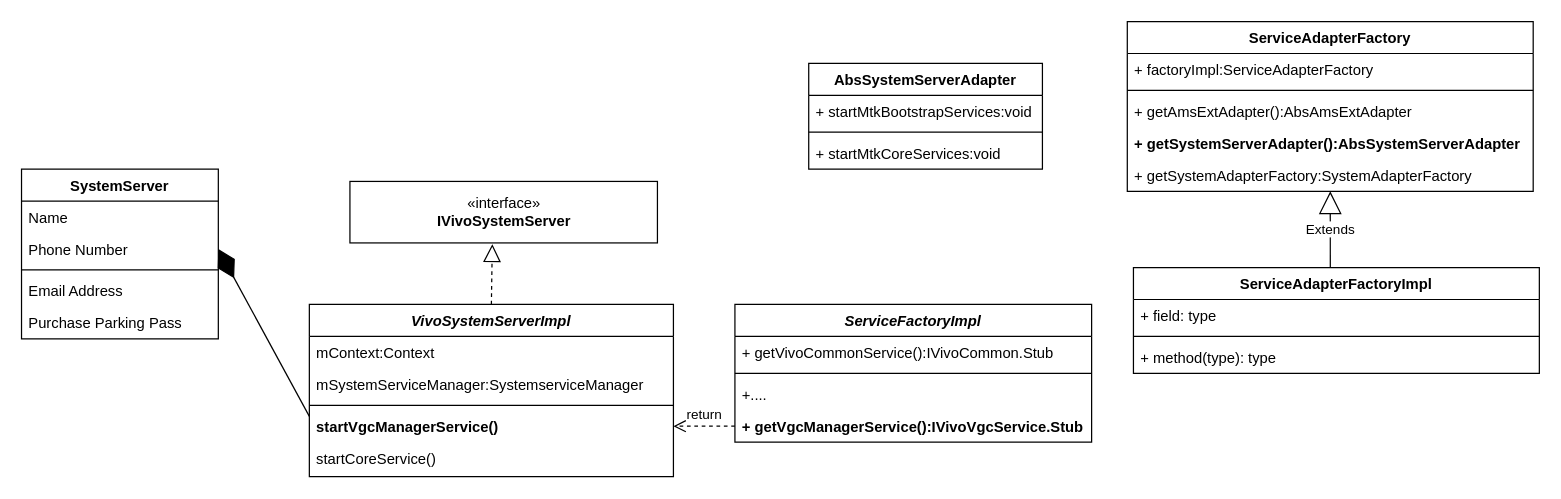
The draw.io diagram vivo-exsystemserver-analyz-20221102.drawio in quexiaolong/OV-ExFramework, before the edit. Source tidied: cells renumbered, new cells numbered last; positions are measured from the earlier drawing's top-left corner, leaving out a move shared by most shapes. Both pictures are drawn from the tidied source at 123%, with x=0, y=0 at pixel (21, 21).
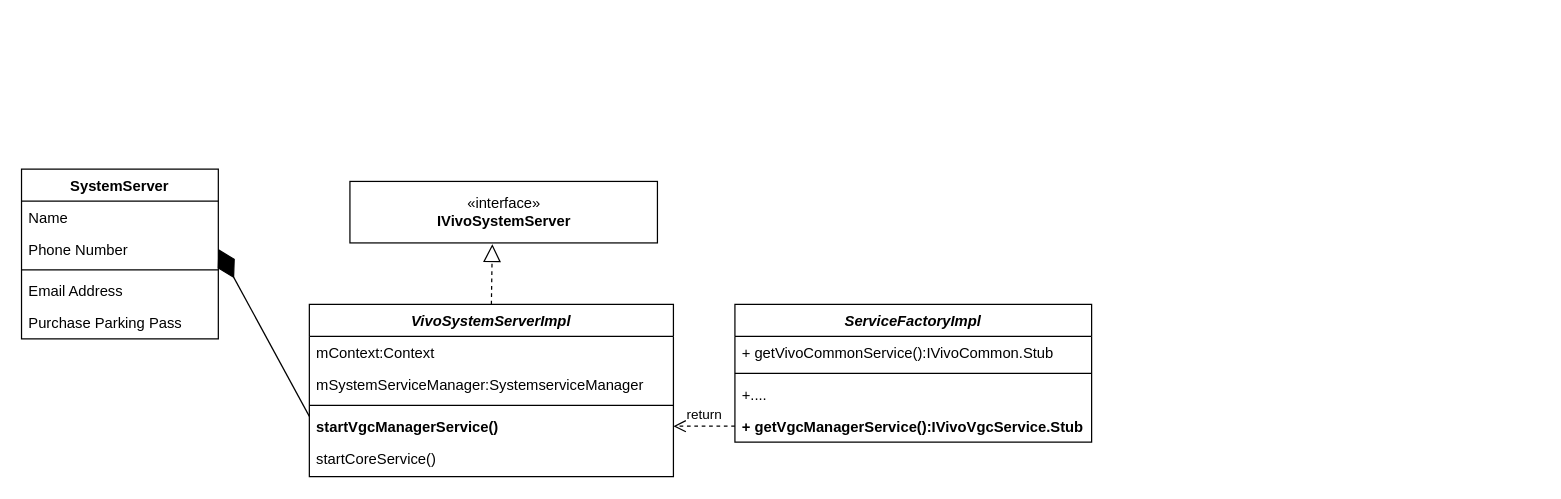
The same page after the edit.

Change to the diagram source:
```diff
@@
-    <mxCell id="17" value="ServiceAdapterFactory" style="swimlane;fontStyle=1;align=center;verticalAlign=top;horizontal=1;startSize=26;" parent="1" vertex="1">
-      <mxGeometry x="899" width="330" height="138" as="geometry" />
-    </mxCell>
-    <mxCell id="18" value="+ factoryImpl:ServiceAdapterFactory" style="text;strokeColor=none;fillColor=none;align=left;verticalAlign=top;spacingLeft=4;spacingRight=4;overflow=hidden;" parent="17" vertex="1">
-      <mxGeometry y="26" width="330" height="26" as="geometry" />
-    </mxCell>
-    <mxCell id="19" style="line;strokeWidth=1;fillColor=none;align=left;verticalAlign=middle;spacingTop=-1;spacingLeft=3;spacingRight=3;labelPosition=right;strokeColor=inherit;" parent="17" vertex="1">
-      <mxGeometry y="52" width="330" height="8" as="geometry" />
-    </mxCell>
-    <mxCell id="20" value="+ getAmsExtAdapter():AbsAmsExtAdapter" style="text;strokeColor=none;fillColor=none;align=left;verticalAlign=top;spacingLeft=4;spacingRight=4;overflow=hidden;" parent="17" vertex="1">
-      <mxGeometry y="60" width="330" height="26" as="geometry" />
-    </mxCell>
-    <mxCell id="21" value="+ getSystemServerAdapter():AbsSystemServerAdapter" style="text;strokeColor=none;fillColor=none;align=left;verticalAlign=top;spacingLeft=4;spacingRight=4;overflow=hidden;fontStyle=1;" parent="17" vertex="1">
-      <mxGeometry y="86" width="330" height="26" as="geometry" />
-    </mxCell>
-    <mxCell id="22" value="+ getSystemAdapterFactory:SystemAdapterFactory" style="text;strokeColor=none;fillColor=none;align=left;verticalAlign=top;spacingLeft=4;spacingRight=4;overflow=hidden;points=[[0,0.5],[1,0.5]];portConstraint=eastwest;" parent="17" vertex="1">
-      <mxGeometry y="112" width="330" height="26" as="geometry" />
-    </mxCell>
@@
-    <mxCell id="28" value="ServiceAdapterFactoryImpl" style="swimlane;fontStyle=1;align=center;verticalAlign=top;horizontal=1;startSize=26;" parent="1" vertex="1">
-      <mxGeometry x="904" y="200" width="330" height="86" as="geometry" />
-    </mxCell>
-    <mxCell id="29" value="+ field: type" style="text;strokeColor=none;fillColor=none;align=left;verticalAlign=top;spacingLeft=4;spacingRight=4;overflow=hidden;" parent="28" vertex="1">
-      <mxGeometry y="26" width="330" height="26" as="geometry" />
-    </mxCell>
-    <mxCell id="30" style="line;strokeWidth=1;fillColor=none;align=left;verticalAlign=middle;spacingTop=-1;spacingLeft=3;spacingRight=3;labelPosition=right;strokeColor=inherit;" parent="28" vertex="1">
-      <mxGeometry y="52" width="330" height="8" as="geometry" />
-    </mxCell>
-    <mxCell id="31" value="+ method(type): type" style="text;strokeColor=none;fillColor=none;align=left;verticalAlign=top;spacingLeft=4;spacingRight=4;overflow=hidden;" parent="28" vertex="1">
-      <mxGeometry y="60" width="330" height="26" as="geometry" />
-    </mxCell>
-    <mxCell id="32" value="AbsSystemServerAdapter" style="swimlane;fontStyle=1;align=center;verticalAlign=top;horizontal=1;startSize=26;" parent="1" vertex="1">
-      <mxGeometry x="640" y="34" width="190" height="86" as="geometry" />
-    </mxCell>
-    <mxCell id="33" value="+ startMtkBootstrapServices:void" style="text;strokeColor=none;fillColor=none;align=left;verticalAlign=top;spacingLeft=4;spacingRight=4;overflow=hidden;" parent="32" vertex="1">
-      <mxGeometry y="26" width="190" height="26" as="geometry" />
-    </mxCell>
-    <mxCell id="34" style="line;strokeWidth=1;fillColor=none;align=left;verticalAlign=middle;spacingTop=-1;spacingLeft=3;spacingRight=3;labelPosition=right;strokeColor=inherit;" parent="32" vertex="1">
-      <mxGeometry y="52" width="190" height="8" as="geometry" />
-    </mxCell>
-    <mxCell id="35" value="+ startMtkCoreServices:void" style="text;strokeColor=none;fillColor=none;align=left;verticalAlign=top;spacingLeft=4;spacingRight=4;overflow=hidden;" parent="32" vertex="1">
-      <mxGeometry y="60" width="190" height="26" as="geometry" />
-    </mxCell>
-    <mxCell id="36" value="Extends" style="endArrow=block;endSize=16;endFill=0;html=1;rounded=0;exitX=0.485;exitY=0;exitDx=0;exitDy=0;exitPerimeter=0;" parent="1" edge="1" source="28" target="22">
-      <mxGeometry relative="1" as="geometry" />
-    </mxCell>
```
